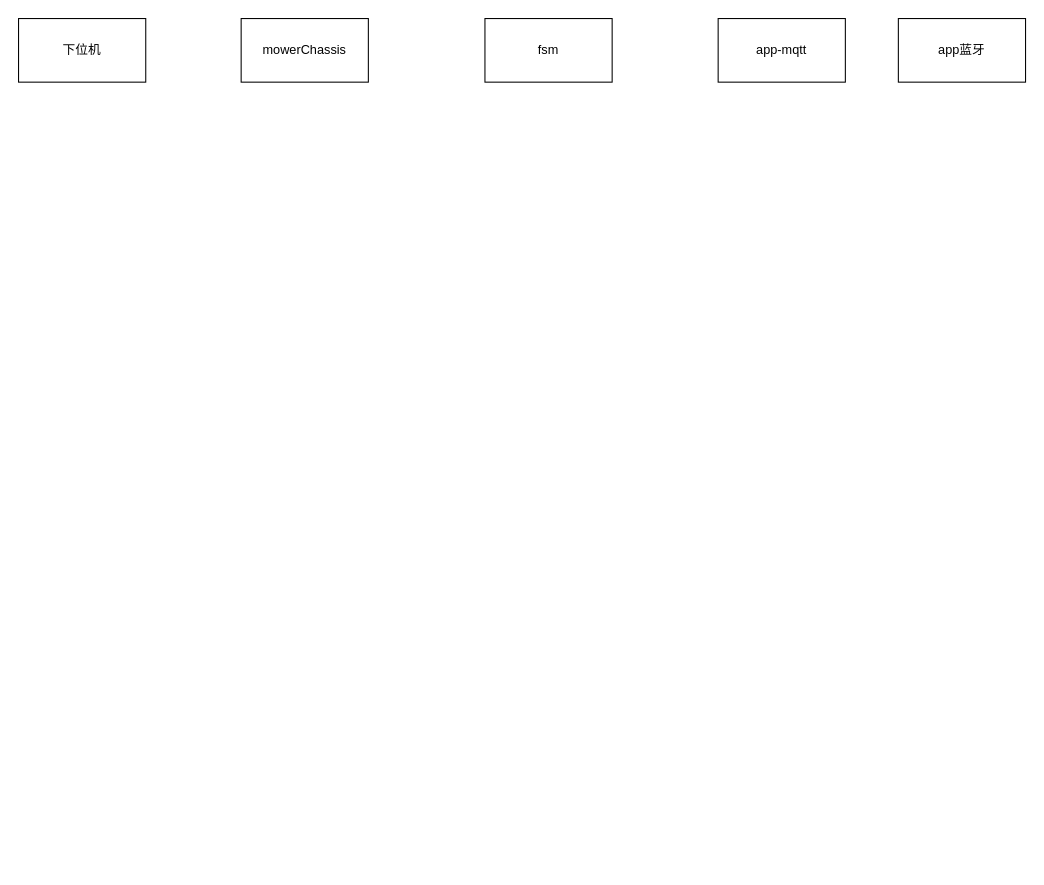
This is pin-code.drawio from whatdyouwant/drawio, a draw.io file, before an edit. Source tidied: cells renumbered, new cells numbered last; positions are measured from the earlier drawing's top-left corner, leaving out a move shared by most shapes. Both pictures are drawn from the tidied source at 106%, with x=0, y=0 at pixel (18, 18).
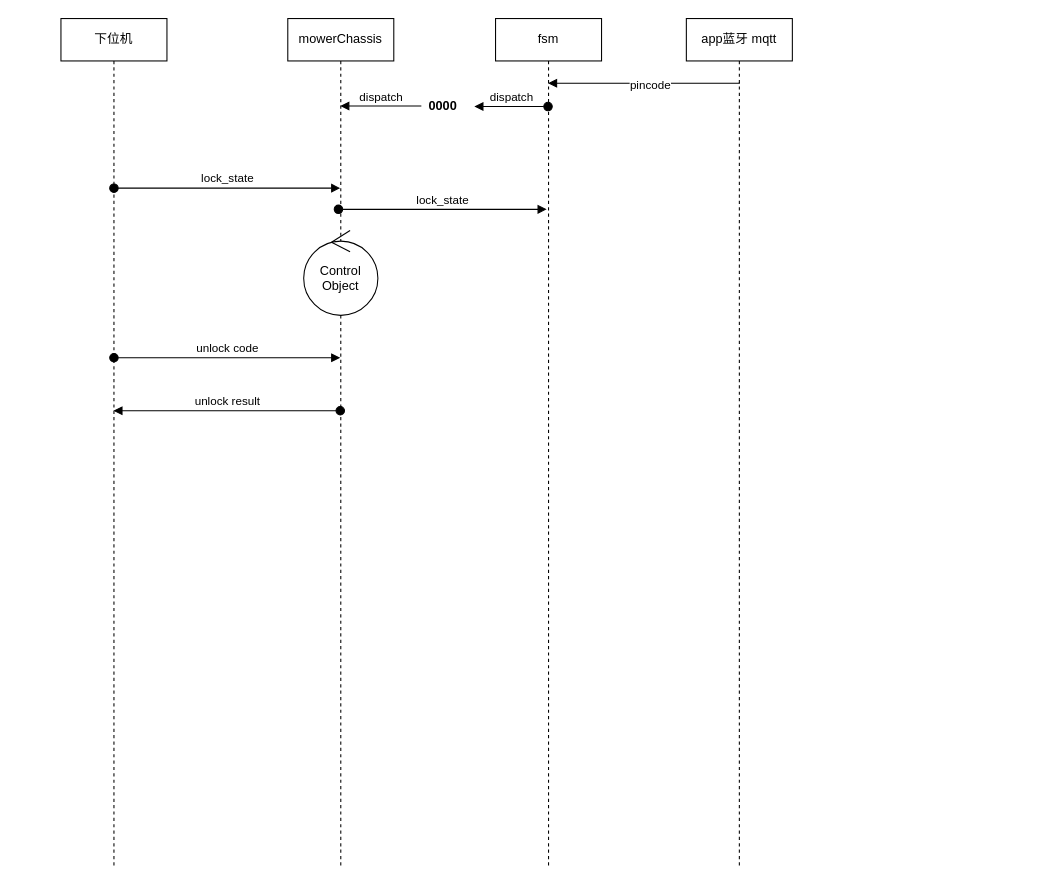
After the change.

Diff of the diagram source:
```diff
@@
+    <mxCell id="7" value="app蓝牙 mqtt" style="shape=umlLifeline;perimeter=lifelinePerimeter;whiteSpace=wrap;html=1;newEdgeStyle={&quot;curved&quot;:0,&quot;rounded&quot;:0};" parent="1" vertex="1">
+      <mxGeometry x="630" width="100" height="800" as="geometry" />
+    </mxCell>
+    <mxCell id="4" value="fsm" style="shape=umlLifeline;perimeter=lifelinePerimeter;whiteSpace=wrap;html=1;newEdgeStyle={&quot;curved&quot;:0,&quot;rounded&quot;:0};" parent="1" vertex="1">
+      <mxGeometry x="450" width="100" height="800" as="geometry" />
+    </mxCell>
+    <mxCell id="3" value="mowerChassis" style="shape=umlLifeline;perimeter=lifelinePerimeter;whiteSpace=wrap;html=1;outlineConnect=0;portConstraint=eastwest;newEdgeStyle={&quot;curved&quot;:0,&quot;rounded&quot;:0};" parent="1" vertex="1">
+      <mxGeometry x="254" width="100" height="800" as="geometry" />
+    </mxCell>
-    <mxCell id="2" value="下位机" style="rounded=0;whiteSpace=wrap;html=1;" parent="1" vertex="1">
-      <mxGeometry width="120" height="60" as="geometry" />
+    <mxCell id="2" value="下位机" style="shape=umlLifeline;perimeter=lifelinePerimeter;whiteSpace=wrap;html=1;newEdgeStyle={&quot;curved&quot;:0,&quot;rounded&quot;:0};" parent="1" vertex="1">
+      <mxGeometry x="40" width="100" height="800" as="geometry" />
     </mxCell>
-    <mxCell id="3" value="mowerChassis" style="rounded=0;whiteSpace=wrap;html=1;" parent="1" vertex="1">
-      <mxGeometry x="210" width="120" height="60" as="geometry" />
-    </mxCell>
-    <mxCell id="4" value="fsm" style="rounded=0;whiteSpace=wrap;html=1;" parent="1" vertex="1">
-      <mxGeometry x="440" width="120" height="60" as="geometry" />
-    </mxCell>
-    <mxCell id="5" value="app-mqtt" style="rounded=0;whiteSpace=wrap;html=1;" parent="1" vertex="1">
-      <mxGeometry x="660" width="120" height="60" as="geometry" />
-    </mxCell>
-    <mxCell id="6" value="app蓝牙" style="rounded=0;whiteSpace=wrap;html=1;" parent="1" vertex="1">
-      <mxGeometry x="830" width="120" height="60" as="geometry" />
-    </mxCell>
+    <mxCell id="8" style="endArrow=block;endFill=1;html=1;edgeStyle=orthogonalEdgeStyle;align=left;verticalAlign=top;rounded=0;" parent="1" edge="1">
+      <mxGeometry x="-1" relative="1" as="geometry">
+        <mxPoint x="680" y="60" as="sourcePoint" />
+        <mxPoint x="499.5" y="61" as="targetPoint" />
+        <Array as="points">
+          <mxPoint x="680" y="61" />
+        </Array>
+      </mxGeometry>
+    </mxCell>
+    <mxCell id="9" value="pincode" style="edgeLabel;html=1;align=center;verticalAlign=middle;" parent="8" vertex="1">
+      <mxGeometry x="-0.05" y="1" relative="1" as="geometry" />
+    </mxCell>
+    <mxCell id="10" value="0000" style="text;align=center;fontStyle=1;verticalAlign=middle;spacingLeft=3;spacingRight=3;strokeColor=none;points=[[0,0.5],[1,0.5]];portConstraint=eastwest;html=1;" parent="1" vertex="1">
+      <mxGeometry x="370" y="70" width="60" height="26" as="geometry" />
+    </mxCell>
+    <mxCell id="11" value="dispatch" style="html=1;verticalAlign=bottom;startArrow=oval;startFill=1;endArrow=block;startSize=8;curved=0;rounded=0;entryX=1;entryY=0.5;entryDx=0;entryDy=0;" parent="1" edge="1" target="10">
+      <mxGeometry relative="1" as="geometry">
+        <mxPoint x="499.5" y="83" as="sourcePoint" />
+      </mxGeometry>
+    </mxCell>
+    <mxCell id="12" value="dispatch" style="html=1;verticalAlign=bottom;endArrow=block;curved=0;rounded=0;" parent="1" edge="1">
+      <mxGeometry relative="1" as="geometry">
+        <mxPoint x="380" y="82.5" as="sourcePoint" />
+        <mxPoint x="303.5" y="82.5" as="targetPoint" />
+      </mxGeometry>
+    </mxCell>
+    <mxCell id="13" value="lock_state" style="html=1;verticalAlign=bottom;startArrow=oval;startFill=1;endArrow=block;startSize=8;curved=0;rounded=0;" parent="1" edge="1" target="3">
+      <mxGeometry relative="1" as="geometry">
+        <mxPoint x="90" y="160" as="sourcePoint" />
+      </mxGeometry>
+    </mxCell>
+    <mxCell id="14" value="lock_state" style="html=1;verticalAlign=bottom;startArrow=oval;startFill=1;endArrow=block;startSize=8;curved=0;rounded=0;" parent="1" edge="1">
+      <mxGeometry relative="1" as="geometry">
+        <mxPoint x="301.8" y="180" as="sourcePoint" />
+        <mxPoint x="498.2" y="180" as="targetPoint" />
+      </mxGeometry>
+    </mxCell>
+    <mxCell id="15" value="Control Object" style="ellipse;shape=umlControl;whiteSpace=wrap;html=1;" parent="1" vertex="1">
+      <mxGeometry x="269" y="200" width="70" height="80" as="geometry" />
+    </mxCell>
+    <mxCell id="16" value="unlock code" style="html=1;verticalAlign=bottom;startArrow=oval;startFill=1;endArrow=block;startSize=8;curved=0;rounded=0;" parent="1" edge="1" target="3">
+      <mxGeometry relative="1" as="geometry">
+        <mxPoint x="90" y="320" as="sourcePoint" />
+      </mxGeometry>
+    </mxCell>
+    <mxCell id="17" value="unlock result" style="html=1;verticalAlign=bottom;startArrow=oval;startFill=1;endArrow=block;startSize=8;curved=0;rounded=0;" parent="1" edge="1">
+      <mxGeometry relative="1" as="geometry">
+        <mxPoint x="303.5" y="370" as="sourcePoint" />
+        <mxPoint x="89.5" y="370" as="targetPoint" />
+      </mxGeometry>
+    </mxCell>
```
